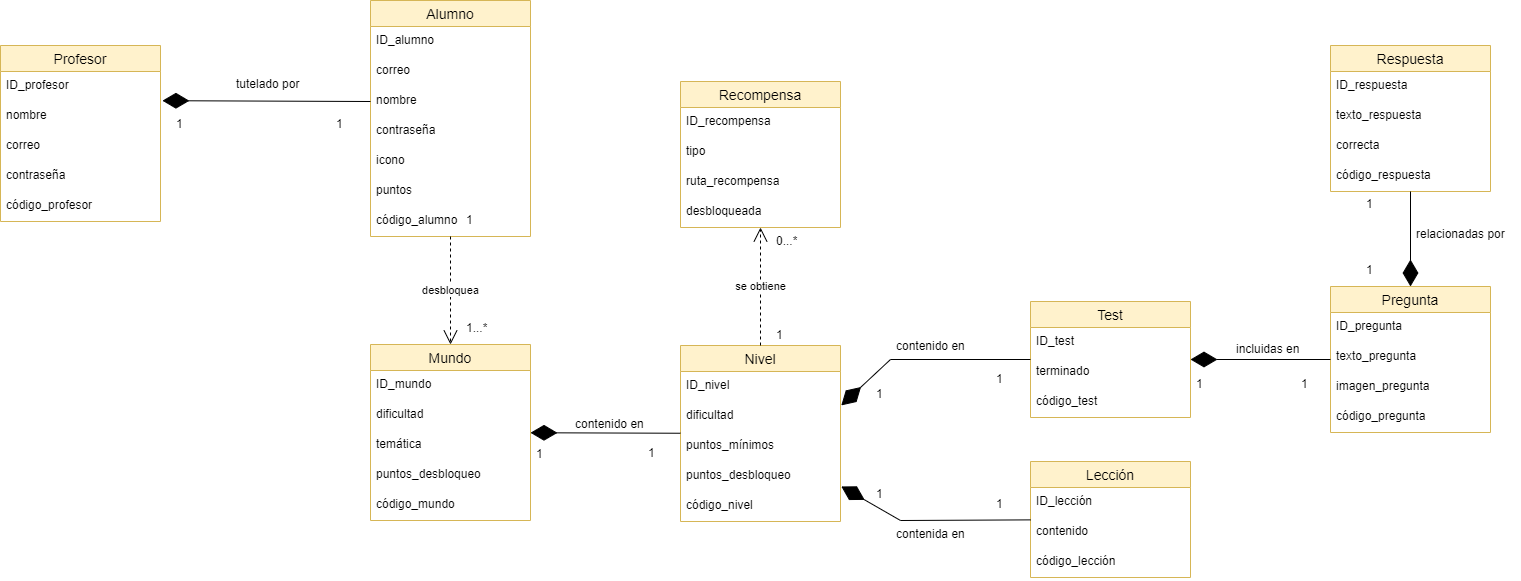
nataliacristobal98/TFG_Learn-INF keeps this draw.io diagram as Memoria del Proyecto/Diagramas/Diagrama de clases.png. Above is the earlier version. Source tidied: cells renumbered, new cells last; positions are measured from the earlier drawing's top-left corner, leaving out a move shared by most shapes.
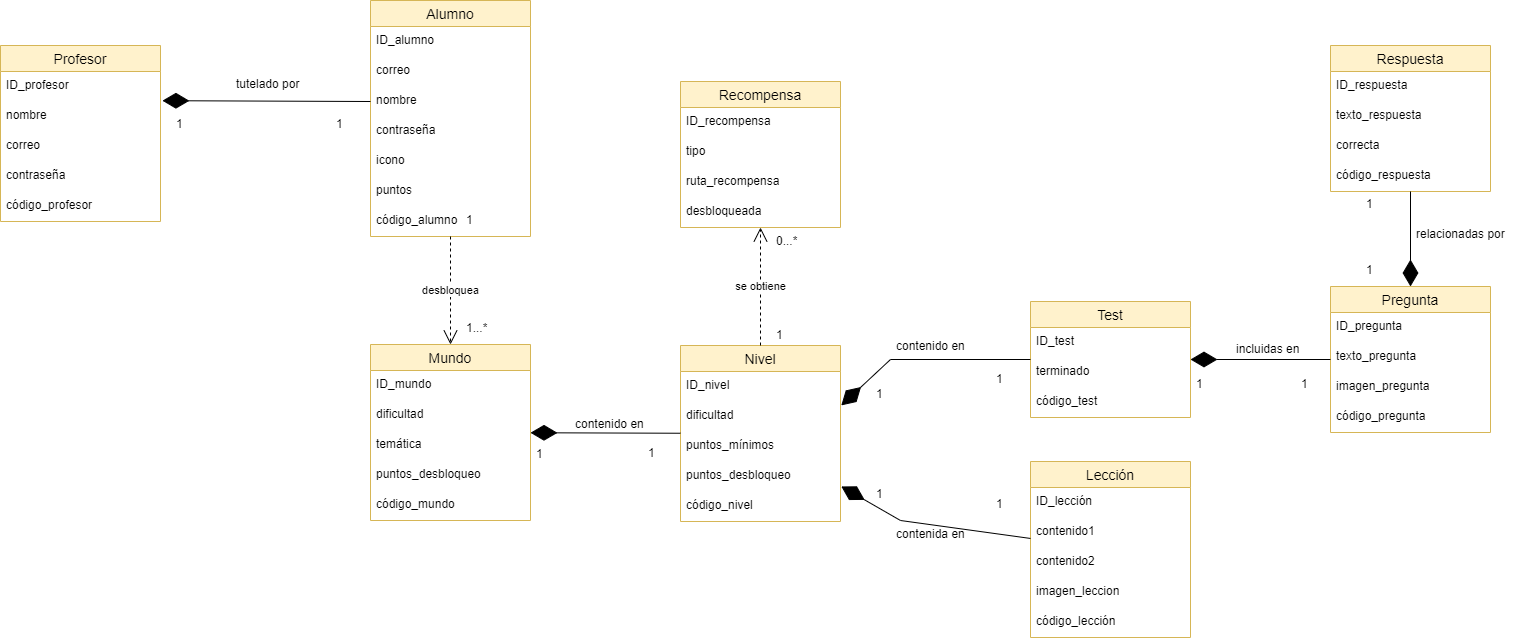
After the change.

Change to the diagram source:
```diff
@@ -96,16 +96,22 @@
       <mxGeometry y="116" width="160" height="30" as="geometry" />
     </mxCell>
     <mxCell id="33" value="Lección" style="swimlane;fontStyle=0;horizontal=1;startSize=26;align=center;fontSize=14;fillColor=#fff2cc;strokeColor=#d6b656;" parent="1" vertex="1">
-      <mxGeometry x="1030" y="461" width="160" height="116" as="geometry" />
+      <mxGeometry x="1030" y="461" width="160" height="176" as="geometry" />
     </mxCell>
     <mxCell id="34" value="ID_lección" style="text;strokeColor=none;fillColor=none;spacingLeft=4;spacingRight=4;overflow=hidden;fontSize=12;" parent="33" vertex="1">
       <mxGeometry y="26" width="160" height="30" as="geometry" />
     </mxCell>
-    <mxCell id="35" value="contenido" style="text;strokeColor=none;fillColor=none;spacingLeft=4;spacingRight=4;overflow=hidden;fontSize=12;" parent="33" vertex="1">
+    <mxCell id="35" value="contenido1" style="text;strokeColor=none;fillColor=none;spacingLeft=4;spacingRight=4;overflow=hidden;fontSize=12;" parent="33" vertex="1">
       <mxGeometry y="56" width="160" height="30" as="geometry" />
     </mxCell>
+    <mxCell id="81" value="contenido2" style="text;strokeColor=none;fillColor=none;spacingLeft=4;spacingRight=4;overflow=hidden;fontSize=12;" parent="33" vertex="1">
+      <mxGeometry y="86" width="160" height="30" as="geometry" />
+    </mxCell>
+    <mxCell id="82" value="imagen_leccion" style="text;strokeColor=none;fillColor=none;spacingLeft=4;spacingRight=4;overflow=hidden;fontSize=12;" parent="33" vertex="1">
+      <mxGeometry y="116" width="160" height="30" as="geometry" />
+    </mxCell>
     <mxCell id="36" value="código_lección" style="text;strokeColor=none;fillColor=none;spacingLeft=4;spacingRight=4;overflow=hidden;fontSize=12;" parent="33" vertex="1">
-      <mxGeometry y="86" width="160" height="30" as="geometry" />
+      <mxGeometry y="146" width="160" height="30" as="geometry" />
     </mxCell>
     <mxCell id="37" value="Test" style="swimlane;fontStyle=0;horizontal=1;startSize=26;align=center;fontSize=14;fillColor=#fff2cc;strokeColor=#d6b656;" parent="1" vertex="1">
       <mxGeometry x="1030" y="301" width="160" height="116" as="geometry" />
```
